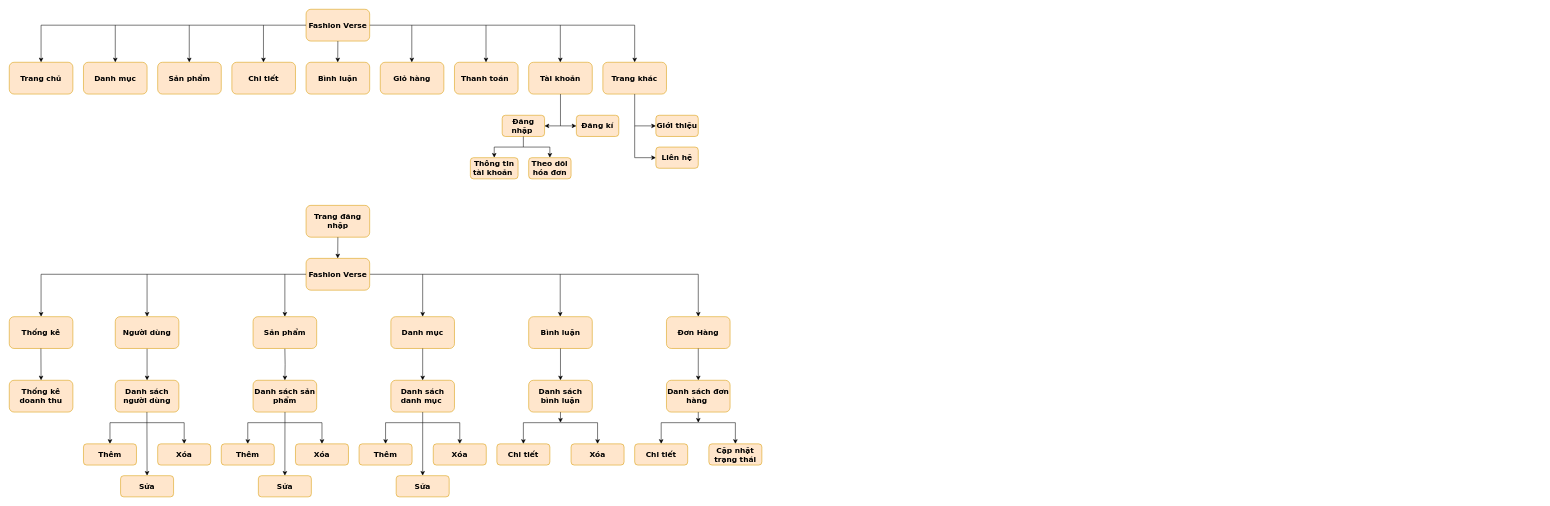
Earlier version of the draw.io diagram Biểu đồ không có tiêu đề.drawio (huuthanh32470/doan). Source tidied: cells renumbered, new cells numbered last; positions are measured from the earlier drawing's top-left corner, leaving out a move shared by most shapes. Both pictures are drawn from the tidied source at 53%, with x=0, y=0 at pixel (9, 9).
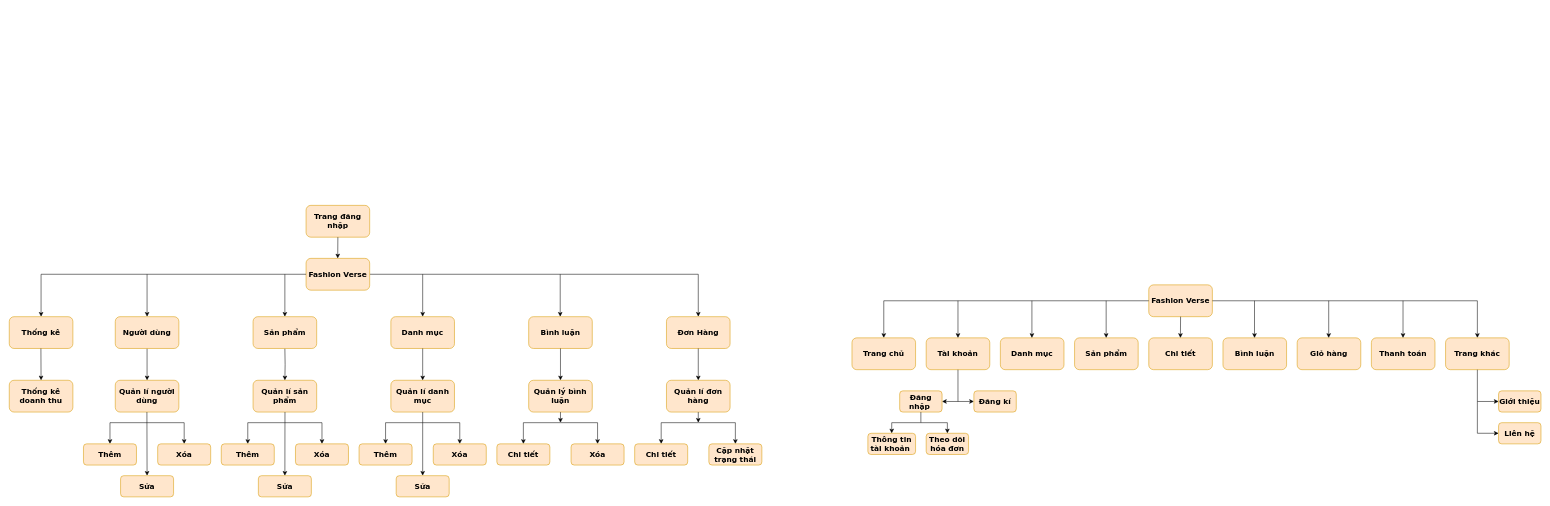
After the change.

Commit message:
Cập nhật Biểu đồ không có tiêu đề.drawio

The edit, as a diff of the source:
```diff
@@
     <mxCell id="2" value="Fashion Verse" style="rounded=1;whiteSpace=wrap;html=1;labelBackgroundColor=none;fillColor=#ffe6cc;strokeColor=#d79b00;fontStyle=1;fontSize=14;align=center;fontFamily=Verdana;" parent="1" vertex="1">
-      <mxGeometry x="560" width="120" height="60" as="geometry" />
+      <mxGeometry x="2150" y="520" width="120" height="60" as="geometry" />
     </mxCell>
     <mxCell id="3" style="endArrow=classic;html=1;rounded=0;exitX=0;exitY=0.5;exitDx=0;exitDy=0;entryX=0.5;entryY=0;entryDx=0;entryDy=0;labelBackgroundColor=none;fontColor=default;fontSize=14;align=center;fontFamily=Verdana;fontStyle=1;" parent="1" edge="1" source="2" target="4">
       <mxGeometry relative="1" as="geometry">
         <Array as="points">
-          <mxPoint x="60" y="30" />
+          <mxPoint x="1650" y="550" />
         </Array>
       </mxGeometry>
     </mxCell>
     <mxCell id="4" value="Trang chủ" style="rounded=1;whiteSpace=wrap;html=1;labelBackgroundColor=none;fillColor=#ffe6cc;strokeColor=#d79b00;fontSize=14;align=center;fontFamily=Verdana;fontStyle=1;" parent="1" vertex="1">
-      <mxGeometry y="100" width="120" height="60" as="geometry" />
+      <mxGeometry x="1590" y="620" width="120" height="60" as="geometry" />
     </mxCell>
-    <mxCell id="5" value="Sản phẩm" style="rounded=1;whiteSpace=wrap;html=1;labelBackgroundColor=none;fillColor=#ffe6cc;strokeColor=#d79b00;fontSize=14;align=center;fontFamily=Verdana;fontStyle=1;" parent="1" vertex="1">
-      <mxGeometry x="280" y="100" width="120" height="60" as="geometry" />
+    <mxCell id="5" value="Danh mục" style="rounded=1;whiteSpace=wrap;html=1;labelBackgroundColor=none;fillColor=#ffe6cc;strokeColor=#d79b00;fontSize=14;align=center;fontFamily=Verdana;fontStyle=1;" parent="1" vertex="1">
+      <mxGeometry x="1870" y="620" width="120" height="60" as="geometry" />
     </mxCell>
-    <mxCell id="6" value="Danh mục" style="rounded=1;whiteSpace=wrap;html=1;labelBackgroundColor=none;fillColor=#ffe6cc;strokeColor=#d79b00;fontSize=14;align=center;fontFamily=Verdana;fontStyle=1;" parent="1" vertex="1">
-      <mxGeometry x="140" y="100" width="120" height="60" as="geometry" />
+    <mxCell id="6" value="Tài khoản" style="rounded=1;whiteSpace=wrap;html=1;labelBackgroundColor=none;fillColor=#ffe6cc;strokeColor=#d79b00;fontSize=14;align=center;fontFamily=Verdana;fontStyle=1;" parent="1" vertex="1">
+      <mxGeometry x="1730" y="620" width="120" height="60" as="geometry" />
     </mxCell>
-    <mxCell id="7" value="Chi tiết" style="rounded=1;whiteSpace=wrap;html=1;labelBackgroundColor=none;fillColor=#ffe6cc;strokeColor=#d79b00;fontSize=14;align=center;fontFamily=Verdana;fontStyle=1;" parent="1" vertex="1">
-      <mxGeometry x="420" y="100" width="120" height="60" as="geometry" />
+    <mxCell id="7" value="Sản phẩm" style="rounded=1;whiteSpace=wrap;html=1;labelBackgroundColor=none;fillColor=#ffe6cc;strokeColor=#d79b00;fontSize=14;align=center;fontFamily=Verdana;fontStyle=1;" parent="1" vertex="1">
+      <mxGeometry x="2010" y="620" width="120" height="60" as="geometry" />
     </mxCell>
-    <mxCell id="8" value="Bình luận" style="rounded=1;whiteSpace=wrap;html=1;labelBackgroundColor=none;fillColor=#ffe6cc;strokeColor=#d79b00;fontSize=14;align=center;fontFamily=Verdana;fontStyle=1;" parent="1" vertex="1">
-      <mxGeometry x="560" y="100" width="120" height="60" as="geometry" />
+    <mxCell id="8" value="Chi tiết" style="rounded=1;whiteSpace=wrap;html=1;labelBackgroundColor=none;fillColor=#ffe6cc;strokeColor=#d79b00;fontSize=14;align=center;fontFamily=Verdana;fontStyle=1;" parent="1" vertex="1">
+      <mxGeometry x="2150" y="620" width="120" height="60" as="geometry" />
     </mxCell>
-    <mxCell id="9" value="Giỏ hàng" style="rounded=1;whiteSpace=wrap;html=1;labelBackgroundColor=none;fillColor=#ffe6cc;strokeColor=#d79b00;fontSize=14;align=center;fontFamily=Verdana;fontStyle=1;" parent="1" vertex="1">
-      <mxGeometry x="700" y="100" width="120" height="60" as="geometry" />
+    <mxCell id="9" value="Bình luận" style="rounded=1;whiteSpace=wrap;html=1;labelBackgroundColor=none;fillColor=#ffe6cc;strokeColor=#d79b00;fontSize=14;align=center;fontFamily=Verdana;fontStyle=1;" parent="1" vertex="1">
+      <mxGeometry x="2290" y="620" width="120" height="60" as="geometry" />
     </mxCell>
-    <mxCell id="10" value="Thanh toán&amp;nbsp;" style="rounded=1;whiteSpace=wrap;html=1;labelBackgroundColor=none;fillColor=#ffe6cc;strokeColor=#d79b00;fontSize=14;align=center;fontFamily=Verdana;fontStyle=1;" parent="1" vertex="1">
-      <mxGeometry x="840" y="100" width="120" height="60" as="geometry" />
+    <mxCell id="10" value="Giỏ hàng" style="rounded=1;whiteSpace=wrap;html=1;labelBackgroundColor=none;fillColor=#ffe6cc;strokeColor=#d79b00;fontSize=14;align=center;fontFamily=Verdana;fontStyle=1;" parent="1" vertex="1">
+      <mxGeometry x="2430" y="620" width="120" height="60" as="geometry" />
     </mxCell>
-    <mxCell id="11" value="&lt;span style=&quot;&quot;&gt;Tài khoản&lt;/span&gt;" style="rounded=1;whiteSpace=wrap;html=1;labelBackgroundColor=none;fillColor=#ffe6cc;strokeColor=#d79b00;fontSize=14;align=center;fontFamily=Verdana;fontStyle=1;" parent="1" vertex="1">
-      <mxGeometry x="980" y="100" width="120" height="60" as="geometry" />
+    <mxCell id="11" value="Thanh toán" style="rounded=1;whiteSpace=wrap;html=1;labelBackgroundColor=none;fillColor=#ffe6cc;strokeColor=#d79b00;fontSize=14;align=center;fontFamily=Verdana;fontStyle=1;" parent="1" vertex="1">
+      <mxGeometry x="2570" y="620" width="120" height="60" as="geometry" />
     </mxCell>
     <mxCell id="12" style="endArrow=classic;html=1;rounded=0;entryX=0.5;entryY=0;entryDx=0;entryDy=0;labelBackgroundColor=none;fontColor=default;fontSize=14;align=center;fontFamily=Verdana;fontStyle=1;" parent="1" edge="1" target="6">
       <mxGeometry relative="1" as="geometry">
-        <mxPoint x="200" y="30" as="sourcePoint" />
+        <mxPoint x="1790" y="550" as="sourcePoint" />
       </mxGeometry>
     </mxCell>
     <mxCell id="13" style="endArrow=classic;html=1;rounded=0;entryX=0.5;entryY=0;entryDx=0;entryDy=0;labelBackgroundColor=none;fontColor=default;fontSize=14;align=center;fontFamily=Verdana;fontStyle=1;" parent="1" edge="1">
       <mxGeometry relative="1" as="geometry">
-        <mxPoint x="339.6" y="30" as="sourcePoint" />
-        <mxPoint x="339.6" y="100" as="targetPoint" />
+        <mxPoint x="1929.5" y="550" as="sourcePoint" />
+        <mxPoint x="1929.5" y="620" as="targetPoint" />
       </mxGeometry>
     </mxCell>
     <mxCell id="14" style="endArrow=classic;html=1;rounded=0;entryX=0.5;entryY=0;entryDx=0;entryDy=0;labelBackgroundColor=none;fontColor=default;fontSize=14;align=center;fontFamily=Verdana;fontStyle=1;" parent="1" edge="1">
       <mxGeometry relative="1" as="geometry">
-        <mxPoint x="479.6" y="30" as="sourcePoint" />
-        <mxPoint x="479.6" y="100" as="targetPoint" />
+        <mxPoint x="2069.6" y="550" as="sourcePoint" />
+        <mxPoint x="2069.6" y="620" as="targetPoint" />
       </mxGeometry>
     </mxCell>
     <mxCell id="15" style="endArrow=classic;html=1;rounded=0;entryX=0.5;entryY=0;entryDx=0;entryDy=0;labelBackgroundColor=none;fontColor=default;fontSize=14;align=center;fontFamily=Verdana;fontStyle=1;" parent="1" edge="1">
       <mxGeometry relative="1" as="geometry">
-        <mxPoint x="620" y="60" as="sourcePoint" />
-        <mxPoint x="619.7" y="100" as="targetPoint" />
+        <mxPoint x="2210" y="580" as="sourcePoint" />
+        <mxPoint x="2209.7" y="620" as="targetPoint" />
       </mxGeometry>
     </mxCell>
     <mxCell id="16" style="endArrow=classic;html=1;rounded=0;exitX=1;exitY=0.5;exitDx=0;exitDy=0;entryX=0.5;entryY=0;entryDx=0;entryDy=0;labelBackgroundColor=none;fontColor=default;fontSize=14;align=center;fontFamily=Verdana;fontStyle=1;" parent="1" edge="1" source="2" target="19">
       <mxGeometry relative="1" as="geometry">
         <Array as="points">
-          <mxPoint x="1180" y="30" />
+          <mxPoint x="2770" y="550" />
         </Array>
       </mxGeometry>
     </mxCell>
     <mxCell id="17" style="endArrow=classic;html=1;rounded=0;entryX=0.5;entryY=0;entryDx=0;entryDy=0;labelBackgroundColor=none;fontColor=default;fontSize=14;align=center;fontFamily=Verdana;fontStyle=1;" parent="1" edge="1">
       <mxGeometry relative="1" as="geometry">
-        <mxPoint x="759.5" y="30" as="sourcePoint" />
-        <mxPoint x="759.5" y="100" as="targetPoint" />
+        <mxPoint x="2349.5" y="550" as="sourcePoint" />
+        <mxPoint x="2349.5" y="620" as="targetPoint" />
       </mxGeometry>
     </mxCell>
     <mxCell id="18" style="endArrow=classic;html=1;rounded=0;entryX=0.5;entryY=0;entryDx=0;entryDy=0;labelBackgroundColor=none;fontColor=default;fontSize=14;align=center;fontFamily=Verdana;fontStyle=1;" parent="1" edge="1">
       <mxGeometry relative="1" as="geometry">
-        <mxPoint x="899.5" y="30" as="sourcePoint" />
-        <mxPoint x="899.5" y="100" as="targetPoint" />
+        <mxPoint x="2489.5" y="550" as="sourcePoint" />
+        <mxPoint x="2489.5" y="620" as="targetPoint" />
       </mxGeometry>
     </mxCell>
     <mxCell id="19" value="&lt;div style=&quot;&quot;&gt;&lt;span style=&quot;background-color: initial;&quot;&gt;Trang khác&lt;/span&gt;&lt;/div&gt;" style="rounded=1;whiteSpace=wrap;html=1;labelBackgroundColor=none;fillColor=#ffe6cc;strokeColor=#d79b00;fontSize=14;align=center;fontFamily=Verdana;fontStyle=1;" parent="1" vertex="1">
-      <mxGeometry x="1120" y="100" width="120" height="60" as="geometry" />
+      <mxGeometry x="2710" y="620" width="120" height="60" as="geometry" />
     </mxCell>
     <mxCell id="20" style="endArrow=classic;html=1;rounded=0;entryX=0.5;entryY=0;entryDx=0;entryDy=0;labelBackgroundColor=none;fontColor=default;fontSize=14;align=center;fontFamily=Verdana;fontStyle=1;" parent="1" edge="1">
       <mxGeometry relative="1" as="geometry">
-        <mxPoint x="1039.7" y="30" as="sourcePoint" />
-        <mxPoint x="1039.7" y="100" as="targetPoint" />
+        <mxPoint x="2629.7" y="550" as="sourcePoint" />
+        <mxPoint x="2629.7" y="620" as="targetPoint" />
       </mxGeometry>
     </mxCell>
     <mxCell id="21" style="endArrow=classic;html=1;rounded=0;exitX=0.5;exitY=1;exitDx=0;exitDy=0;entryX=0;entryY=0.5;entryDx=0;entryDy=0;fontSize=14;align=center;fontFamily=Verdana;fontStyle=1;" parent="1" edge="1" source="19" target="22">
       <mxGeometry relative="1" as="geometry">
         <Array as="points">
-          <mxPoint x="1180" y="220" />
+          <mxPoint x="2770" y="740" />
         </Array>
       </mxGeometry>
     </mxCell>
     <mxCell id="22" value="&lt;div style=&quot;&quot;&gt;&lt;span style=&quot;background-color: initial;&quot;&gt;Giới thiệu&lt;/span&gt;&lt;/div&gt;" style="rounded=1;whiteSpace=wrap;html=1;labelBackgroundColor=none;fillColor=#ffe6cc;strokeColor=#d79b00;fontSize=14;align=center;fontFamily=Verdana;fontStyle=1;" parent="1" vertex="1">
-      <mxGeometry x="1220" y="200" width="80" height="40" as="geometry" />
+      <mxGeometry x="2810" y="720" width="80" height="40" as="geometry" />
     </mxCell>
     <mxCell id="23" style="endArrow=classic;html=1;rounded=0;entryX=0;entryY=0.5;entryDx=0;entryDy=0;fontSize=14;align=center;fontFamily=Verdana;fontStyle=1;" parent="1" edge="1" target="24">
       <mxGeometry relative="1" as="geometry">
-        <mxPoint x="1180" y="220" as="sourcePoint" />
+        <mxPoint x="2770" y="740" as="sourcePoint" />
         <Array as="points">
-          <mxPoint x="1180" y="280" />
+          <mxPoint x="2770" y="800" />
         </Array>
       </mxGeometry>
     </mxCell>
     <mxCell id="24" value="Liên hệ" style="rounded=1;whiteSpace=wrap;html=1;labelBackgroundColor=none;fillColor=#ffe6cc;strokeColor=#d79b00;fontSize=14;align=center;fontFamily=Verdana;fontStyle=1;" parent="1" vertex="1">
-      <mxGeometry x="1220" y="260" width="80" height="40" as="geometry" />
+      <mxGeometry x="2810" y="780" width="80" height="40" as="geometry" />
     </mxCell>
@@
-    <mxCell id="40" value="Danh sách người dùng" style="rounded=1;whiteSpace=wrap;html=1;labelBackgroundColor=none;fillColor=#ffe6cc;strokeColor=#d79b00;fontSize=14;align=center;fontFamily=Verdana;fontStyle=1;" parent="1" vertex="1">
+    <mxCell id="40" value="Quản lí người dùng" style="rounded=1;whiteSpace=wrap;html=1;labelBackgroundColor=none;fillColor=#ffe6cc;strokeColor=#d79b00;fontSize=14;align=center;fontFamily=Verdana;fontStyle=1;" parent="1" vertex="1">
       <mxGeometry x="200" y="700" width="120" height="60" as="geometry" />
     </mxCell>
@@
-    <mxCell id="53" value="Danh sách sản phẩm" style="rounded=1;whiteSpace=wrap;html=1;labelBackgroundColor=none;fillColor=#ffe6cc;strokeColor=#d79b00;fontSize=14;align=center;fontFamily=Verdana;fontStyle=1;" parent="1" vertex="1">
+    <mxCell id="53" value="Quản lí sản phẩm" style="rounded=1;whiteSpace=wrap;html=1;labelBackgroundColor=none;fillColor=#ffe6cc;strokeColor=#d79b00;fontSize=14;align=center;fontFamily=Verdana;fontStyle=1;" parent="1" vertex="1">
       <mxGeometry x="460" y="700" width="120" height="60" as="geometry" />
     </mxCell>
@@
-    <mxCell id="57" value="Danh sách danh mục&amp;nbsp;" style="rounded=1;whiteSpace=wrap;html=1;labelBackgroundColor=none;fillColor=#ffe6cc;strokeColor=#d79b00;fontSize=14;align=center;fontFamily=Verdana;fontStyle=1;" parent="1" vertex="1">
+    <mxCell id="57" value="Quản lí danh mục" style="rounded=1;whiteSpace=wrap;html=1;labelBackgroundColor=none;fillColor=#ffe6cc;strokeColor=#d79b00;fontSize=14;align=center;fontFamily=Verdana;fontStyle=1;" parent="1" vertex="1">
       <mxGeometry x="720" y="700" width="120" height="60" as="geometry" />
     </mxCell>
@@
-    <mxCell id="64" value="Danh sách bình luận" style="rounded=1;whiteSpace=wrap;html=1;labelBackgroundColor=none;fillColor=#ffe6cc;strokeColor=#d79b00;fontSize=14;align=center;fontFamily=Verdana;fontStyle=1;" parent="1" vertex="1">
+    <mxCell id="64" value="Quản lý bình luận" style="rounded=1;whiteSpace=wrap;html=1;labelBackgroundColor=none;fillColor=#ffe6cc;strokeColor=#d79b00;fontSize=14;align=center;fontFamily=Verdana;fontStyle=1;" parent="1" vertex="1">
       <mxGeometry x="980" y="700" width="120" height="60" as="geometry" />
     </mxCell>
@@
-    <mxCell id="70" style="endArrow=classic;html=1;rounded=0;exitX=0.5;exitY=1;exitDx=0;exitDy=0;entryX=1;entryY=0.5;entryDx=0;entryDy=0;fontSize=14;align=center;fontFamily=Verdana;fontStyle=1;" parent="1" edge="1" target="71">
+    <mxCell id="70" style="endArrow=classic;html=1;rounded=0;exitX=0.5;exitY=1;exitDx=0;exitDy=0;entryX=1;entryY=0.5;entryDx=0;entryDy=0;fontSize=14;align=center;fontFamily=Verdana;fontStyle=1;" parent="1" edge="1" source="6" target="71">
       <mxGeometry relative="1" as="geometry">
-        <mxPoint x="1040" y="160" as="sourcePoint" />
         <Array as="points">
-          <mxPoint x="1040" y="220" />
+          <mxPoint x="1790" y="740" />
         </Array>
       </mxGeometry>
     </mxCell>
     <mxCell id="71" value="&lt;div&gt;&lt;span style=&quot;background-color: initial;&quot;&gt;Đăng nhập&amp;nbsp;&lt;/span&gt;&lt;/div&gt;" style="rounded=1;whiteSpace=wrap;html=1;labelBackgroundColor=none;fillColor=#ffe6cc;strokeColor=#d79b00;align=center;fontSize=14;fontFamily=Verdana;fontStyle=1;" parent="1" vertex="1">
-      <mxGeometry x="930" y="200" width="80" height="40" as="geometry" />
+      <mxGeometry x="1680" y="720" width="80" height="40" as="geometry" />
     </mxCell>
     <mxCell id="72" style="endArrow=classic;html=1;rounded=0;fontSize=14;align=center;exitX=0.5;exitY=1;exitDx=0;exitDy=0;entryX=0.5;entryY=0;entryDx=0;entryDy=0;fontFamily=Verdana;fontStyle=1;" parent="1" edge="1" source="71" target="73">
       <mxGeometry relative="1" as="geometry">
         <Array as="points">
-          <mxPoint x="970" y="260" />
-          <mxPoint x="915" y="260" />
+          <mxPoint x="1720" y="780" />
+          <mxPoint x="1665" y="780" />
         </Array>
       </mxGeometry>
     </mxCell>
     <mxCell id="73" value="&lt;div&gt;&lt;span style=&quot;background-color: initial;&quot;&gt;Thông tin tài khoản&amp;nbsp;&lt;/span&gt;&lt;/div&gt;" style="rounded=1;whiteSpace=wrap;html=1;labelBackgroundColor=none;fillColor=#ffe6cc;strokeColor=#d79b00;align=center;fontSize=14;fontFamily=Verdana;fontStyle=1;" parent="1" vertex="1">
-      <mxGeometry x="870" y="280" width="90" height="40" as="geometry" />
+      <mxGeometry x="1620" y="800" width="90" height="40" as="geometry" />
     </mxCell>
@@
-    <mxCell id="76" value="Danh sách đơn hàng&amp;nbsp;" style="rounded=1;whiteSpace=wrap;html=1;labelBackgroundColor=none;fillColor=#ffe6cc;strokeColor=#d79b00;fontSize=14;align=center;fontFamily=Verdana;fontStyle=1;" parent="1" vertex="1">
+    <mxCell id="76" value="Quản lí đơn hàng" style="rounded=1;whiteSpace=wrap;html=1;labelBackgroundColor=none;fillColor=#ffe6cc;strokeColor=#d79b00;fontSize=14;align=center;fontFamily=Verdana;fontStyle=1;" parent="1" vertex="1">
       <mxGeometry x="1240" y="700" width="120" height="60" as="geometry" />
     </mxCell>
@@
     <mxCell id="84" style="endArrow=classic;html=1;rounded=0;entryX=0.5;entryY=0;entryDx=0;entryDy=0;fontFamily=Verdana;fontStyle=1;" parent="1" edge="1" target="85">
       <mxGeometry relative="1" as="geometry">
-        <mxPoint x="970" y="260" as="sourcePoint" />
+        <mxPoint x="1720" y="780" as="sourcePoint" />
         <Array as="points">
-          <mxPoint x="1020" y="260" />
+          <mxPoint x="1770" y="780" />
         </Array>
       </mxGeometry>
     </mxCell>
     <mxCell id="85" value="Theo dõi hóa đơn" style="rounded=1;whiteSpace=wrap;html=1;labelBackgroundColor=none;fillColor=#ffe6cc;strokeColor=#d79b00;align=center;fontSize=14;fontFamily=Verdana;fontStyle=1;" parent="1" vertex="1">
-      <mxGeometry x="980" y="280" width="80" height="40" as="geometry" />
+      <mxGeometry x="1730" y="800" width="80" height="40" as="geometry" />
     </mxCell>
     <mxCell id="86" style="endArrow=classic;html=1;rounded=0;fontFamily=Verdana;fontStyle=1;" parent="1" edge="1">
       <mxGeometry relative="1" as="geometry">
-        <mxPoint x="1040" y="220" as="sourcePoint" />
-        <mxPoint x="1070" y="220" as="targetPoint" />
+        <mxPoint x="1790" y="740" as="sourcePoint" />
+        <mxPoint x="1820" y="740" as="targetPoint" />
       </mxGeometry>
     </mxCell>
     <mxCell id="87" value="&lt;div&gt;&lt;span style=&quot;background-color: initial;&quot;&gt;Đăng kí&lt;/span&gt;&lt;/div&gt;" style="rounded=1;whiteSpace=wrap;html=1;labelBackgroundColor=none;fillColor=#ffe6cc;strokeColor=#d79b00;align=center;fontSize=14;fontFamily=Verdana;fontStyle=1;" parent="1" vertex="1">
-      <mxGeometry x="1070" y="200" width="80" height="40" as="geometry" />
+      <mxGeometry x="1820" y="720" width="80" height="40" as="geometry" />
     </mxCell>
```
